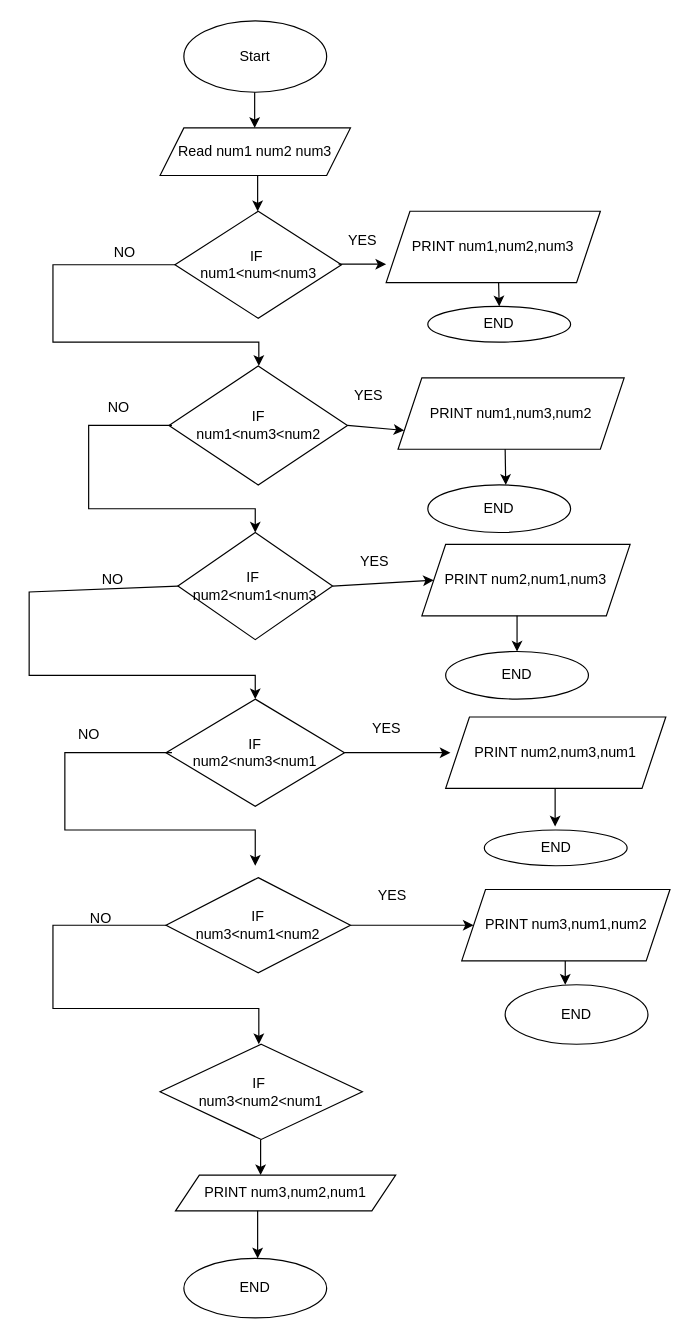
The draw.io diagram Untitled Diagram.drawio in nyambuukim/nyamburakimani, before the edit. Source tidied: cells renumbered, new cells numbered last; positions are measured from the earlier drawing's top-left corner, leaving out a move shared by most shapes. Both pictures are drawn from the tidied source at 119%, with x=0, y=0 at pixel (29, 20).
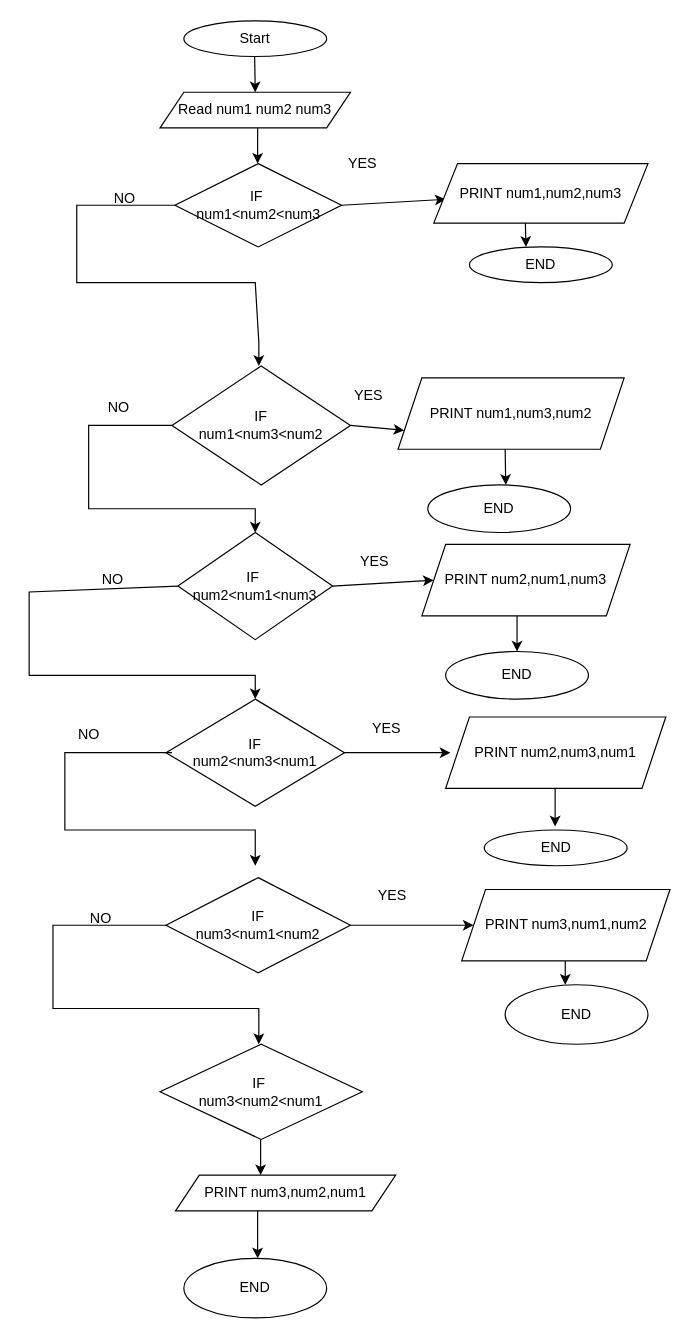
Above is the later version.

Change to the diagram source:
```diff
@@
     <mxCell id="2" value="Start" style="ellipse;whiteSpace=wrap;html=1;shadow=0;" parent="1" vertex="1">
-      <mxGeometry x="130" width="120" height="60" as="geometry" />
+      <mxGeometry x="130" width="120" height="30" as="geometry" />
     </mxCell>
     <mxCell id="3" style="endArrow=classic;html=1;rounded=0;shadow=0;" parent="1" edge="1">
       <mxGeometry relative="1" as="geometry">
-        <mxPoint x="189.5" y="60" as="sourcePoint" />
-        <mxPoint x="189.5" y="90" as="targetPoint" />
+        <mxPoint x="189.5" y="30" as="sourcePoint" />
+        <mxPoint x="190" y="60" as="targetPoint" />
       </mxGeometry>
     </mxCell>
     <mxCell id="4" value="Read num1 num2 num3" style="shape=parallelogram;perimeter=parallelogramPerimeter;whiteSpace=wrap;html=1;fixedSize=1;shadow=0;" parent="1" vertex="1">
-      <mxGeometry x="110" y="90" width="160" height="40" as="geometry" />
+      <mxGeometry x="110" y="60" width="160" height="30" as="geometry" />
     </mxCell>
-    <mxCell id="5" value="IF&amp;nbsp;&lt;br&gt;num1&amp;lt;num&amp;lt;num3" style="rhombus;whiteSpace=wrap;html=1;shadow=0;" parent="1" vertex="1">
-      <mxGeometry x="122.5" y="160" width="140" height="90" as="geometry" />
+    <mxCell id="5" value="IF&amp;nbsp;&lt;br&gt;num1&amp;lt;num2&amp;lt;num3" style="rhombus;whiteSpace=wrap;html=1;shadow=0;" parent="1" vertex="1">
+      <mxGeometry x="122.5" y="120" width="140" height="70" as="geometry" />
     </mxCell>
     <mxCell id="6" style="endArrow=classic;html=1;rounded=0;exitX=0.5;exitY=1;exitDx=0;exitDy=0;shadow=0;" parent="1" edge="1">
       <mxGeometry relative="1" as="geometry">
-        <mxPoint x="192" y="130" as="sourcePoint" />
-        <mxPoint x="192" y="160" as="targetPoint" />
+        <mxPoint x="192" y="90" as="sourcePoint" />
+        <mxPoint x="192" y="120" as="targetPoint" />
       </mxGeometry>
     </mxCell>
-    <mxCell id="7" style="endArrow=classic;html=1;rounded=0;shadow=0;" parent="1" edge="1">
+    <mxCell id="7" style="endArrow=classic;html=1;rounded=0;shadow=0;exitX=1;exitY=0.5;exitDx=0;exitDy=0;" parent="1" edge="1" source="5">
       <mxGeometry relative="1" as="geometry">
-        <mxPoint x="260" y="204.5" as="sourcePoint" />
-        <mxPoint x="300" y="204.5" as="targetPoint" />
+        <mxPoint x="350" y="150" as="targetPoint" />
       </mxGeometry>
     </mxCell>
     <mxCell id="8" value="YES" style="text;html=1;align=center;verticalAlign=middle;strokeColor=none;fillColor=none;shadow=0;" parent="1" vertex="1">
-      <mxGeometry x="255" y="170" width="50" height="30" as="geometry" />
+      <mxGeometry x="255" y="105" width="50" height="30" as="geometry" />
     </mxCell>
     <mxCell id="9" value="PRINT num1,num2,num3" style="shape=parallelogram;perimeter=parallelogramPerimeter;whiteSpace=wrap;html=1;fixedSize=1;shadow=0;" parent="1" vertex="1">
-      <mxGeometry x="300" y="160" width="180" height="60" as="geometry" />
+      <mxGeometry x="340" y="120" width="180" height="50" as="geometry" />
     </mxCell>
     <mxCell id="10" style="endArrow=classic;html=1;rounded=0;shadow=0;" parent="1" edge="1">
       <mxGeometry relative="1" as="geometry">
-        <mxPoint x="394.5" y="220" as="sourcePoint" />
-        <mxPoint x="395" y="240" as="targetPoint" />
+        <mxPoint x="417" y="170" as="sourcePoint" />
+        <mxPoint x="417.5" y="190" as="targetPoint" />
       </mxGeometry>
     </mxCell>
     <mxCell id="11" value="END" style="ellipse;whiteSpace=wrap;html=1;shadow=0;" parent="1" vertex="1">
-      <mxGeometry x="335" y="240" width="120" height="30" as="geometry" />
+      <mxGeometry x="370" y="190" width="120" height="30" as="geometry" />
     </mxCell>
     <mxCell id="12" style="endArrow=classic;html=1;rounded=0;exitX=0;exitY=0.5;exitDx=0;exitDy=0;shadow=0;" parent="1" edge="1" source="5">
       <mxGeometry relative="1" as="geometry">
         <mxPoint x="193" y="290" as="targetPoint" />
         <Array as="points">
-          <mxPoint x="20" y="205" />
-          <mxPoint x="20" y="270" />
+          <mxPoint x="40" y="155" />
+          <mxPoint x="40" y="220" />
+          <mxPoint x="190" y="220" />
           <mxPoint x="193" y="270" />
         </Array>
       </mxGeometry>
     </mxCell>
     <mxCell id="13" value="NO" style="text;html=1;align=center;verticalAlign=middle;strokeColor=none;fillColor=none;shadow=0;" parent="1" vertex="1">
-      <mxGeometry x="60" y="180" width="40" height="30" as="geometry" />
+      <mxGeometry x="60" y="135" width="40" height="30" as="geometry" />
     </mxCell>
     <mxCell id="14" value="IF&lt;br&gt;num1&amp;lt;num3&amp;lt;num2" style="rhombus;whiteSpace=wrap;html=1;shadow=0;" parent="1" vertex="1">
-      <mxGeometry x="117.5" y="290" width="150" height="100" as="geometry" />
+      <mxGeometry x="120" y="290" width="150" height="100" as="geometry" />
     </mxCell>
```
